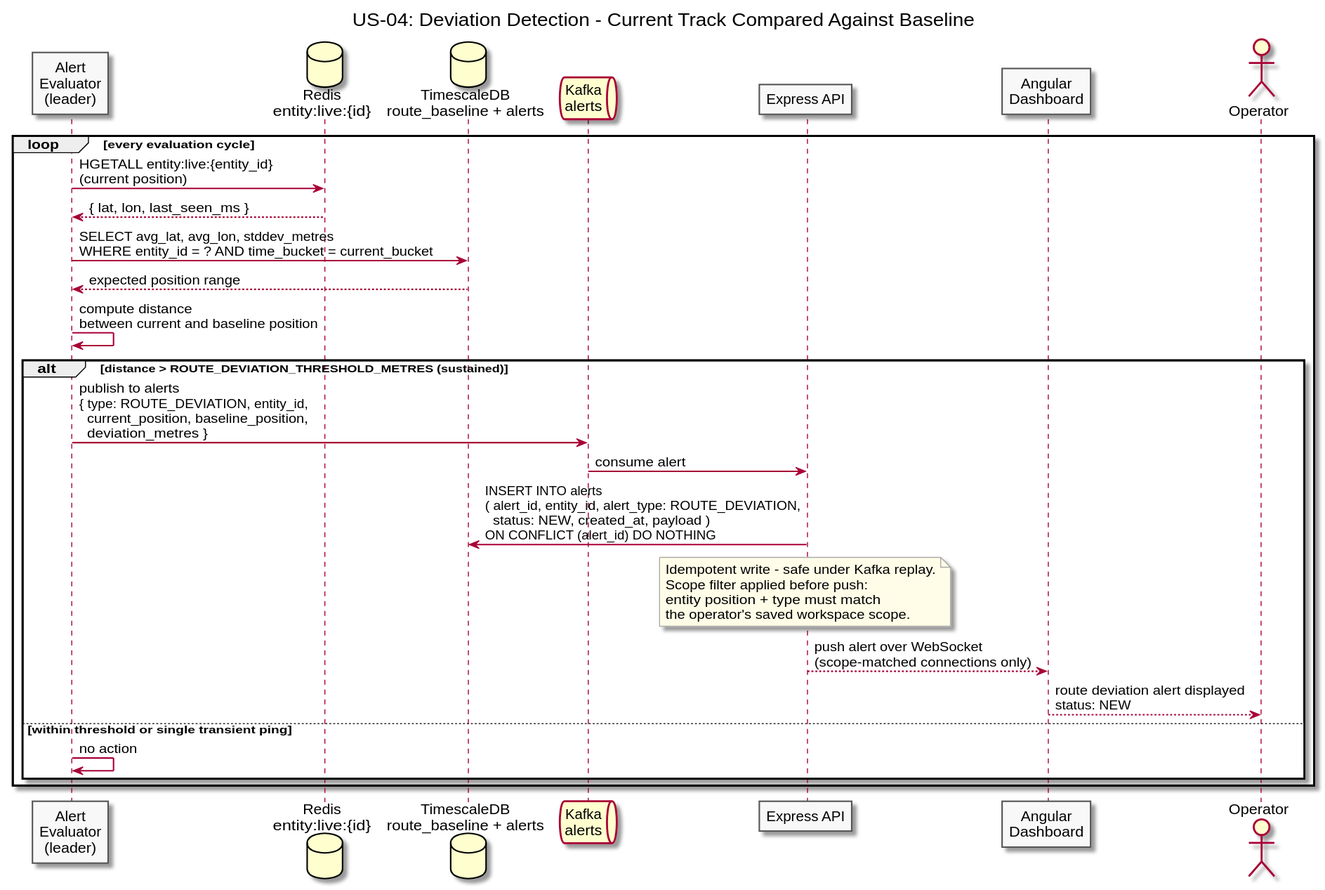
Earlier version of the PlantUML export diagrams/docs/use-cases/US-04-route-deviation-alert/deviation-detection.svg (Buffden/sentinel). Its diagram source:
```plantuml
@startuml deviation-detection
title US-04: Deviation Detection - Current Track Compared Against Baseline

skinparam sequenceArrowThickness 1.5
skinparam participantBorderColor #555555
skinparam participantBackgroundColor #F8F8F8
skinparam noteBorderColor #AAAAAA
skinparam noteBackgroundColor #FFFDE7

participant "Alert\nEvaluator\n(leader)" as Evaluator
database "Redis\nentity:live:{id}" as Redis
database "TimescaleDB\nroute_baseline + alerts" as Baseline
queue "Kafka\nalerts" as Kafka
participant "Express API" as API
participant "Angular\nDashboard" as Dashboard
actor Operator

loop every evaluation cycle
  Evaluator -> Redis : HGETALL entity:live:{entity_id}\n(current position)
  Redis --> Evaluator : { lat, lon, last_seen_ms }

  Evaluator -> Baseline : SELECT avg_lat, avg_lon, stddev_metres\nWHERE entity_id = ? AND time_bucket = current_bucket
  Baseline --> Evaluator : expected position range

  Evaluator -> Evaluator : compute distance\nbetween current and baseline position

  alt distance > ROUTE_DEVIATION_THRESHOLD_METRES (sustained)
    Evaluator -> Kafka : publish to alerts\n{ type: ROUTE_DEVIATION, entity_id,\n  current_position, baseline_position,\n  deviation_metres }
    Kafka -> API : consume alert
    API -> Baseline : INSERT INTO alerts\n( alert_id, entity_id, alert_type: ROUTE_DEVIATION,\n  status: NEW, created_at, payload )\nON CONFLICT (alert_id) DO NOTHING
    note over API
      Idempotent write - safe under Kafka replay.
      Scope filter applied before push:
      entity position + type must match
      the operator's saved workspace scope.
    end note
    API --> Dashboard : push alert over WebSocket\n(scope-matched connections only)
    Dashboard --> Operator : route deviation alert displayed\nstatus: NEW
  else within threshold or single transient ping
    Evaluator -> Evaluator : no action
  end
end

@enduml
```
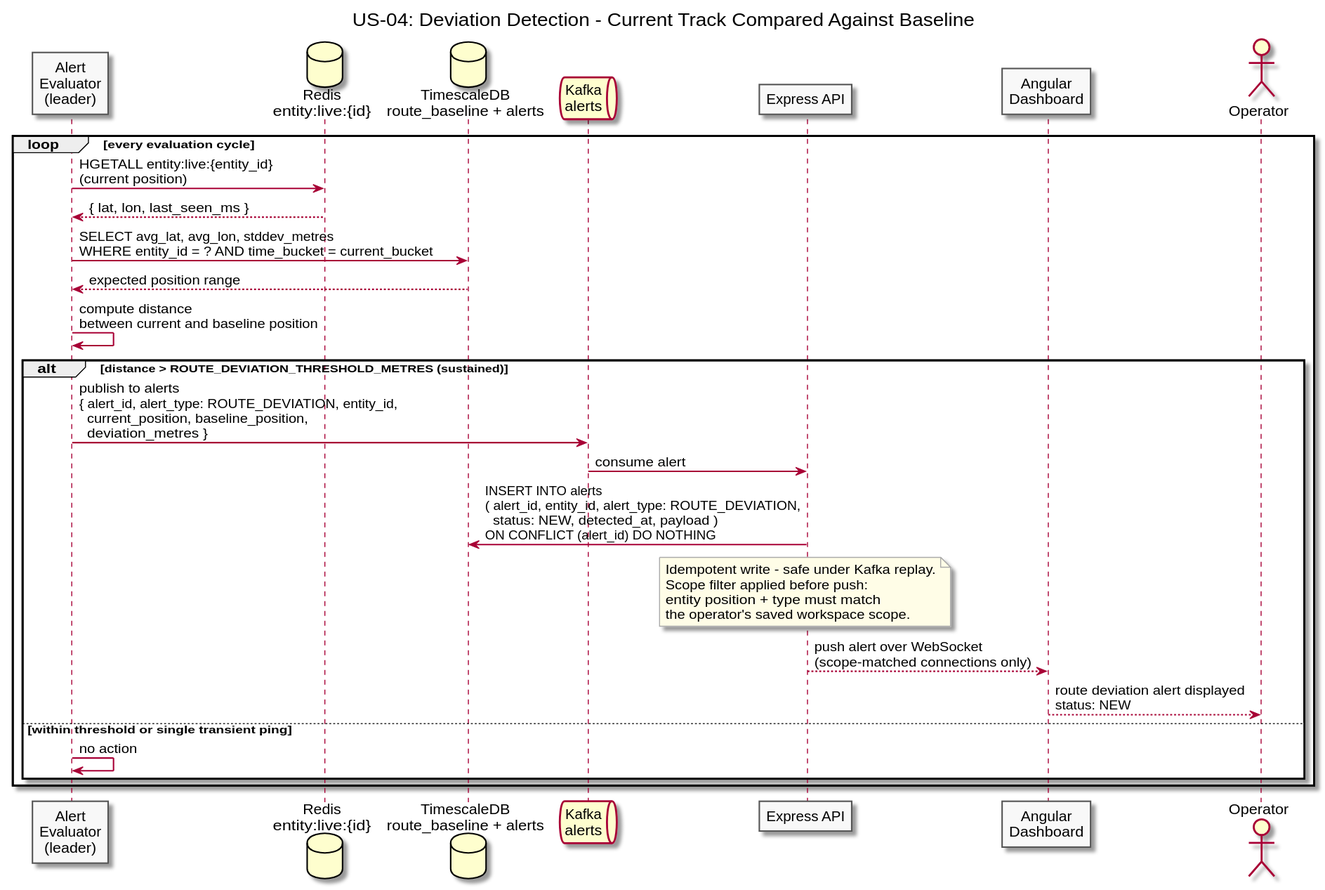
The same file after the commit.

Diff of the diagram source:
```diff
@@ -25,9 +25,9 @@
   Evaluator -> Evaluator : compute distance\nbetween current and baseline position
 
   alt distance > ROUTE_DEVIATION_THRESHOLD_METRES (sustained)
-    Evaluator -> Kafka : publish to alerts\n{ type: ROUTE_DEVIATION, entity_id,\n  current_position, baseline_position,\n  deviation_metres }
+    Evaluator -> Kafka : publish to alerts\n{ alert_id, alert_type: ROUTE_DEVIATION, entity_id,\n  current_position, baseline_position,\n  deviation_metres }
     Kafka -> API : consume alert
-    API -> Baseline : INSERT INTO alerts\n( alert_id, entity_id, alert_type: ROUTE_DEVIATION,\n  status: NEW, created_at, payload )\nON CONFLICT (alert_id) DO NOTHING
+    API -> Baseline : INSERT INTO alerts\n( alert_id, entity_id, alert_type: ROUTE_DEVIATION,\n  status: NEW, detected_at, payload )\nON CONFLICT (alert_id) DO NOTHING
     note over API
       Idempotent write - safe under Kafka replay.
       Scope filter applied before push:
```
